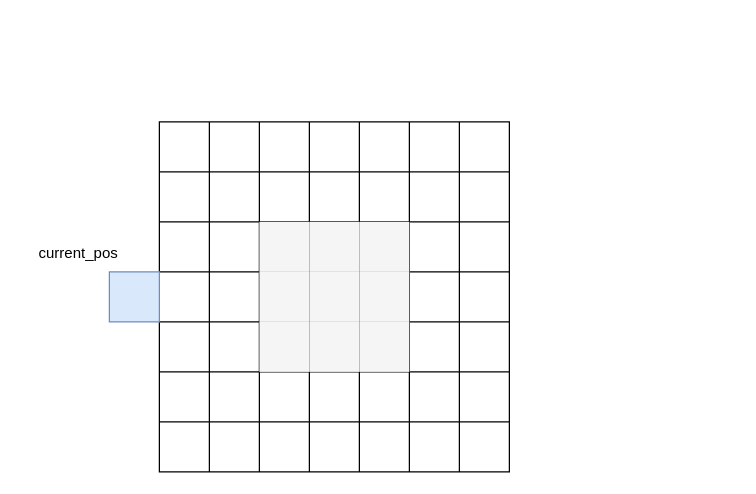
Earlier version of the draw.io diagram draw/AI-HW1-2.drawio (zhiyuan5986/draw_io). Source tidied: cells renumbered, new cells numbered last; positions are measured from the earlier drawing's top-left corner, leaving out a move shared by most shapes. Both pictures are drawn from the tidied source at 125%, with x=0, y=0 at pixel (21, 121).
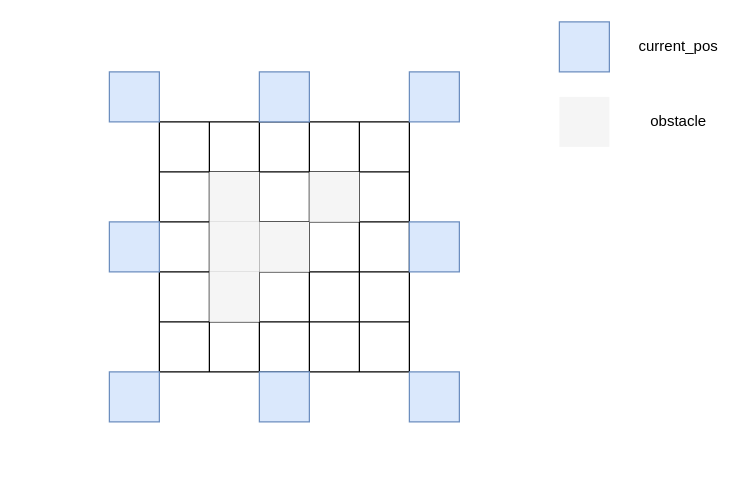
The same diagram, later.

The edit, as a diff of the source:
```diff
@@
     <mxCell id="2" style="shape=table;html=1;whiteSpace=wrap;startSize=0;childLayout=tableLayout;" parent="1" vertex="1">
-      <mxGeometry x="110" width="280" height="280" as="geometry" />
+      <mxGeometry x="110" width="200" height="200" as="geometry" />
     </mxCell>
-    <mxCell id="3" style="shape=tableRow;horizontal=0;startSize=0;swimlaneHead=0;swimlaneBody=0;top=0;left=0;bottom=0;right=0;fillColor=none;" parent="2" vertex="1">
-      <mxGeometry width="280" height="40" as="geometry" />
-    </mxCell>
-    <mxCell id="4" style="shape=partialRectangle;html=1;whiteSpace=wrap;fillColor=none;top=0;left=0;bottom=0;right=0;overflow=hidden;" parent="3" vertex="1">
-      <mxGeometry width="40" height="40" as="geometry" />
-    </mxCell>
-    <mxCell id="5" style="shape=partialRectangle;html=1;whiteSpace=wrap;fillColor=none;top=0;left=0;bottom=0;right=0;overflow=hidden;" parent="3" vertex="1">
-      <mxGeometry x="40" width="40" height="40" as="geometry" />
-    </mxCell>
-    <mxCell id="6" style="shape=partialRectangle;html=1;whiteSpace=wrap;fillColor=none;top=0;left=0;bottom=0;right=0;overflow=hidden;" parent="3" vertex="1">
-      <mxGeometry x="80" width="40" height="40" as="geometry" />
-    </mxCell>
-    <mxCell id="7" style="shape=partialRectangle;html=1;whiteSpace=wrap;fillColor=none;top=0;left=0;bottom=0;right=0;overflow=hidden;" parent="3" vertex="1">
-      <mxGeometry x="120" width="40" height="40" as="geometry" />
-    </mxCell>
-    <mxCell id="8" style="shape=partialRectangle;html=1;whiteSpace=wrap;fillColor=none;top=0;left=0;bottom=0;right=0;overflow=hidden;" parent="3" vertex="1">
-      <mxGeometry x="160" width="40" height="40" as="geometry" />
-    </mxCell>
-    <mxCell id="9" style="shape=partialRectangle;html=1;whiteSpace=wrap;fillColor=none;top=0;left=0;bottom=0;right=0;overflow=hidden;" parent="3" vertex="1">
-      <mxGeometry x="200" width="40" height="40" as="geometry" />
-    </mxCell>
-    <mxCell id="10" style="shape=partialRectangle;html=1;whiteSpace=wrap;fillColor=none;top=0;left=0;bottom=0;right=0;overflow=hidden;" parent="3" vertex="1">
-      <mxGeometry x="240" width="40" height="40" as="geometry" />
-    </mxCell>
     <mxCell id="11" style="shape=tableRow;horizontal=0;startSize=0;swimlaneHead=0;swimlaneBody=0;top=0;left=0;bottom=0;right=0;fillColor=none;" parent="2" vertex="1">
-      <mxGeometry y="40" width="280" height="40" as="geometry" />
+      <mxGeometry width="200" height="40" as="geometry" />
     </mxCell>
-    <mxCell id="12" style="shape=partialRectangle;html=1;whiteSpace=wrap;fillColor=none;top=0;left=0;bottom=0;right=0;overflow=hidden;" parent="11" vertex="1">
-      <mxGeometry width="40" height="40" as="geometry" />
-    </mxCell>
     <mxCell id="13" style="shape=partialRectangle;html=1;whiteSpace=wrap;fillColor=none;top=0;left=0;bottom=0;right=0;overflow=hidden;" parent="11" vertex="1">
-      <mxGeometry x="40" width="40" height="40" as="geometry" />
+      <mxGeometry width="40" height="40" as="geometry" />
     </mxCell>
     <mxCell id="14" style="shape=partialRectangle;html=1;whiteSpace=wrap;fillColor=none;top=0;left=0;bottom=0;right=0;overflow=hidden;" parent="11" vertex="1">
-      <mxGeometry x="80" width="40" height="40" as="geometry" />
+      <mxGeometry x="40" width="40" height="40" as="geometry" />
     </mxCell>
     <mxCell id="15" style="shape=partialRectangle;html=1;whiteSpace=wrap;fillColor=none;top=0;left=0;bottom=0;right=0;overflow=hidden;" parent="11" vertex="1">
-      <mxGeometry x="120" width="40" height="40" as="geometry" />
+      <mxGeometry x="80" width="40" height="40" as="geometry" />
     </mxCell>
     <mxCell id="16" style="shape=partialRectangle;html=1;whiteSpace=wrap;fillColor=none;top=0;left=0;bottom=0;right=0;overflow=hidden;" parent="11" vertex="1">
-      <mxGeometry x="160" width="40" height="40" as="geometry" />
+      <mxGeometry x="120" width="40" height="40" as="geometry" />
     </mxCell>
     <mxCell id="17" style="shape=partialRectangle;html=1;whiteSpace=wrap;fillColor=none;top=0;left=0;bottom=0;right=0;overflow=hidden;" parent="11" vertex="1">
-      <mxGeometry x="200" width="40" height="40" as="geometry" />
+      <mxGeometry x="160" width="40" height="40" as="geometry" />
     </mxCell>
-    <mxCell id="18" style="shape=partialRectangle;html=1;whiteSpace=wrap;fillColor=none;top=0;left=0;bottom=0;right=0;overflow=hidden;" parent="11" vertex="1">
-      <mxGeometry x="240" width="40" height="40" as="geometry" />
-    </mxCell>
     <mxCell id="19" style="shape=tableRow;horizontal=0;startSize=0;swimlaneHead=0;swimlaneBody=0;top=0;left=0;bottom=0;right=0;fillColor=none;" parent="2" vertex="1">
-      <mxGeometry y="80" width="280" height="40" as="geometry" />
+      <mxGeometry y="40" width="200" height="40" as="geometry" />
     </mxCell>
-    <mxCell id="20" style="shape=partialRectangle;html=1;whiteSpace=wrap;fillColor=none;top=0;left=0;bottom=0;right=0;overflow=hidden;" parent="19" vertex="1">
-      <mxGeometry width="40" height="40" as="geometry" />
-    </mxCell>
     <mxCell id="21" style="shape=partialRectangle;html=1;whiteSpace=wrap;fillColor=none;top=0;left=0;bottom=0;right=0;overflow=hidden;" parent="19" vertex="1">
-      <mxGeometry x="40" width="40" height="40" as="geometry" />
+      <mxGeometry width="40" height="40" as="geometry" />
     </mxCell>
     <mxCell id="22" style="shape=partialRectangle;html=1;whiteSpace=wrap;fillColor=#f5f5f5;top=0;left=0;bottom=0;right=0;overflow=hidden;fontColor=#333333;strokeColor=#666666;" parent="19" vertex="1">
-      <mxGeometry x="80" width="40" height="40" as="geometry" />
+      <mxGeometry x="40" width="40" height="40" as="geometry" />
     </mxCell>
-    <mxCell id="23" style="shape=partialRectangle;html=1;whiteSpace=wrap;fillColor=#f5f5f5;top=0;left=0;bottom=0;right=0;overflow=hidden;fontColor=#333333;strokeColor=#666666;" parent="19" vertex="1">
-      <mxGeometry x="120" width="40" height="40" as="geometry" />
+    <mxCell id="23" style="shape=partialRectangle;html=1;whiteSpace=wrap;fillColor=none;top=0;left=0;bottom=0;right=0;overflow=hidden;" parent="19" vertex="1">
+      <mxGeometry x="80" width="40" height="40" as="geometry" />
     </mxCell>
     <mxCell id="24" style="shape=partialRectangle;html=1;whiteSpace=wrap;fillColor=#f5f5f5;top=0;left=0;bottom=0;right=0;overflow=hidden;fontColor=#333333;strokeColor=#666666;" parent="19" vertex="1">
-      <mxGeometry x="160" width="40" height="40" as="geometry" />
+      <mxGeometry x="120" width="40" height="40" as="geometry" />
     </mxCell>
     <mxCell id="25" style="shape=partialRectangle;html=1;whiteSpace=wrap;fillColor=none;top=0;left=0;bottom=0;right=0;overflow=hidden;" parent="19" vertex="1">
-      <mxGeometry x="200" width="40" height="40" as="geometry" />
+      <mxGeometry x="160" width="40" height="40" as="geometry" />
     </mxCell>
-    <mxCell id="26" style="shape=partialRectangle;html=1;whiteSpace=wrap;fillColor=none;top=0;left=0;bottom=0;right=0;overflow=hidden;" parent="19" vertex="1">
-      <mxGeometry x="240" width="40" height="40" as="geometry" />
-    </mxCell>
     <mxCell id="27" style="shape=tableRow;horizontal=0;startSize=0;swimlaneHead=0;swimlaneBody=0;top=0;left=0;bottom=0;right=0;fillColor=none;" parent="2" vertex="1">
-      <mxGeometry y="120" width="280" height="40" as="geometry" />
+      <mxGeometry y="80" width="200" height="40" as="geometry" />
     </mxCell>
-    <mxCell id="28" style="shape=partialRectangle;html=1;whiteSpace=wrap;fillColor=none;top=0;left=0;bottom=0;right=0;overflow=hidden;" parent="27" vertex="1">
-      <mxGeometry width="40" height="40" as="geometry" />
-    </mxCell>
     <mxCell id="29" style="shape=partialRectangle;html=1;whiteSpace=wrap;fillColor=none;top=0;left=0;bottom=0;right=0;overflow=hidden;" parent="27" vertex="1">
-      <mxGeometry x="40" width="40" height="40" as="geometry" />
+      <mxGeometry width="40" height="40" as="geometry" />
     </mxCell>
     <mxCell id="30" style="shape=partialRectangle;html=1;whiteSpace=wrap;fillColor=#f5f5f5;top=0;left=0;bottom=0;right=0;overflow=hidden;fontColor=#333333;strokeColor=#666666;" parent="27" vertex="1">
-      <mxGeometry x="80" width="40" height="40" as="geometry" />
+      <mxGeometry x="40" width="40" height="40" as="geometry" />
     </mxCell>
     <mxCell id="31" style="shape=partialRectangle;html=1;whiteSpace=wrap;fillColor=#f5f5f5;top=0;left=0;bottom=0;right=0;overflow=hidden;fontColor=#333333;strokeColor=#666666;" parent="27" vertex="1">
-      <mxGeometry x="120" width="40" height="40" as="geometry" />
+      <mxGeometry x="80" width="40" height="40" as="geometry" />
     </mxCell>
-    <mxCell id="32" style="shape=partialRectangle;html=1;whiteSpace=wrap;fillColor=#f5f5f5;top=0;left=0;bottom=0;right=0;overflow=hidden;fontColor=#333333;strokeColor=#666666;" parent="27" vertex="1">
-      <mxGeometry x="160" width="40" height="40" as="geometry" />
+    <mxCell id="32" style="shape=partialRectangle;html=1;whiteSpace=wrap;fillColor=none;top=0;left=0;bottom=0;right=0;overflow=hidden;" parent="27" vertex="1">
+      <mxGeometry x="120" width="40" height="40" as="geometry" />
     </mxCell>
     <mxCell id="33" style="shape=partialRectangle;html=1;whiteSpace=wrap;fillColor=none;top=0;left=0;bottom=0;right=0;overflow=hidden;" parent="27" vertex="1">
-      <mxGeometry x="200" width="40" height="40" as="geometry" />
+      <mxGeometry x="160" width="40" height="40" as="geometry" />
     </mxCell>
-    <mxCell id="34" style="shape=partialRectangle;html=1;whiteSpace=wrap;fillColor=none;top=0;left=0;bottom=0;right=0;overflow=hidden;" parent="27" vertex="1">
-      <mxGeometry x="240" width="40" height="40" as="geometry" />
-    </mxCell>
     <mxCell id="35" style="shape=tableRow;horizontal=0;startSize=0;swimlaneHead=0;swimlaneBody=0;top=0;left=0;bottom=0;right=0;fillColor=none;" parent="2" vertex="1">
-      <mxGeometry y="160" width="280" height="40" as="geometry" />
+      <mxGeometry y="120" width="200" height="40" as="geometry" />
     </mxCell>
-    <mxCell id="36" style="shape=partialRectangle;html=1;whiteSpace=wrap;fillColor=none;top=0;left=0;bottom=0;right=0;overflow=hidden;" parent="35" vertex="1">
-      <mxGeometry width="40" height="40" as="geometry" />
-    </mxCell>
     <mxCell id="37" style="shape=partialRectangle;html=1;whiteSpace=wrap;fillColor=none;top=0;left=0;bottom=0;right=0;overflow=hidden;" parent="35" vertex="1">
-      <mxGeometry x="40" width="40" height="40" as="geometry" />
+      <mxGeometry width="40" height="40" as="geometry" />
     </mxCell>
     <mxCell id="38" style="shape=partialRectangle;html=1;whiteSpace=wrap;fillColor=#f5f5f5;top=0;left=0;bottom=0;right=0;overflow=hidden;fontColor=#333333;strokeColor=#666666;" parent="35" vertex="1">
-      <mxGeometry x="80" width="40" height="40" as="geometry" />
+      <mxGeometry x="40" width="40" height="40" as="geometry" />
     </mxCell>
-    <mxCell id="39" style="shape=partialRectangle;html=1;whiteSpace=wrap;fillColor=#f5f5f5;top=0;left=0;bottom=0;right=0;overflow=hidden;fontColor=#333333;strokeColor=#666666;" parent="35" vertex="1">
-      <mxGeometry x="120" width="40" height="40" as="geometry" />
+    <mxCell id="39" style="shape=partialRectangle;html=1;whiteSpace=wrap;fillColor=none;top=0;left=0;bottom=0;right=0;overflow=hidden;" parent="35" vertex="1">
+      <mxGeometry x="80" width="40" height="40" as="geometry" />
     </mxCell>
-    <mxCell id="40" style="shape=partialRectangle;html=1;whiteSpace=wrap;fillColor=#f5f5f5;top=0;left=0;bottom=0;right=0;overflow=hidden;fontColor=#333333;strokeColor=#666666;" parent="35" vertex="1">
-      <mxGeometry x="160" width="40" height="40" as="geometry" />
+    <mxCell id="40" style="shape=partialRectangle;html=1;whiteSpace=wrap;fillColor=none;top=0;left=0;bottom=0;right=0;overflow=hidden;" parent="35" vertex="1">
+      <mxGeometry x="120" width="40" height="40" as="geometry" />
     </mxCell>
     <mxCell id="41" style="shape=partialRectangle;html=1;whiteSpace=wrap;fillColor=none;top=0;left=0;bottom=0;right=0;overflow=hidden;" parent="35" vertex="1">
-      <mxGeometry x="200" width="40" height="40" as="geometry" />
+      <mxGeometry x="160" width="40" height="40" as="geometry" />
     </mxCell>
-    <mxCell id="42" style="shape=partialRectangle;html=1;whiteSpace=wrap;fillColor=none;top=0;left=0;bottom=0;right=0;overflow=hidden;" parent="35" vertex="1">
-      <mxGeometry x="240" width="40" height="40" as="geometry" />
-    </mxCell>
     <mxCell id="43" style="shape=tableRow;horizontal=0;startSize=0;swimlaneHead=0;swimlaneBody=0;top=0;left=0;bottom=0;right=0;fillColor=none;" parent="2" vertex="1">
-      <mxGeometry y="200" width="280" height="40" as="geometry" />
+      <mxGeometry y="160" width="200" height="40" as="geometry" />
     </mxCell>
-    <mxCell id="44" style="shape=partialRectangle;html=1;whiteSpace=wrap;fillColor=none;top=0;left=0;bottom=0;right=0;overflow=hidden;" parent="43" vertex="1">
-      <mxGeometry width="40" height="40" as="geometry" />
-    </mxCell>
     <mxCell id="45" style="shape=partialRectangle;html=1;whiteSpace=wrap;fillColor=none;top=0;left=0;bottom=0;right=0;overflow=hidden;" parent="43" vertex="1">
-      <mxGeometry x="40" width="40" height="40" as="geometry" />
+      <mxGeometry width="40" height="40" as="geometry" />
     </mxCell>
     <mxCell id="46" style="shape=partialRectangle;html=1;whiteSpace=wrap;fillColor=none;top=0;left=0;bottom=0;right=0;overflow=hidden;" parent="43" vertex="1">
-      <mxGeometry x="80" width="40" height="40" as="geometry" />
+      <mxGeometry x="40" width="40" height="40" as="geometry" />
     </mxCell>
     <mxCell id="47" style="shape=partialRectangle;html=1;whiteSpace=wrap;fillColor=none;top=0;left=0;bottom=0;right=0;overflow=hidden;" parent="43" vertex="1">
-      <mxGeometry x="120" width="40" height="40" as="geometry" />
+      <mxGeometry x="80" width="40" height="40" as="geometry" />
     </mxCell>
     <mxCell id="48" style="shape=partialRectangle;html=1;whiteSpace=wrap;fillColor=none;top=0;left=0;bottom=0;right=0;overflow=hidden;" parent="43" vertex="1">
-      <mxGeometry x="160" width="40" height="40" as="geometry" />
+      <mxGeometry x="120" width="40" height="40" as="geometry" />
     </mxCell>
     <mxCell id="49" style="shape=partialRectangle;html=1;whiteSpace=wrap;fillColor=none;top=0;left=0;bottom=0;right=0;overflow=hidden;" parent="43" vertex="1">
-      <mxGeometry x="200" width="40" height="40" as="geometry" />
+      <mxGeometry x="160" width="40" height="40" as="geometry" />
     </mxCell>
-    <mxCell id="50" style="shape=partialRectangle;html=1;whiteSpace=wrap;fillColor=none;top=0;left=0;bottom=0;right=0;overflow=hidden;" parent="43" vertex="1">
-      <mxGeometry x="240" width="40" height="40" as="geometry" />
-    </mxCell>
-    <mxCell id="51" style="shape=tableRow;horizontal=0;startSize=0;swimlaneHead=0;swimlaneBody=0;top=0;left=0;bottom=0;right=0;fillColor=none;" parent="2" vertex="1">
-      <mxGeometry y="240" width="280" height="40" as="geometry" />
-    </mxCell>
-    <mxCell id="52" style="shape=partialRectangle;html=1;whiteSpace=wrap;fillColor=none;top=0;left=0;bottom=0;right=0;overflow=hidden;" parent="51" vertex="1">
-      <mxGeometry width="40" height="40" as="geometry" />
-    </mxCell>
-    <mxCell id="53" style="shape=partialRectangle;html=1;whiteSpace=wrap;fillColor=none;top=0;left=0;bottom=0;right=0;overflow=hidden;" parent="51" vertex="1">
-      <mxGeometry x="40" width="40" height="40" as="geometry" />
-    </mxCell>
-    <mxCell id="54" style="shape=partialRectangle;html=1;whiteSpace=wrap;fillColor=none;top=0;left=0;bottom=0;right=0;overflow=hidden;" parent="51" vertex="1">
-      <mxGeometry x="80" width="40" height="40" as="geometry" />
-    </mxCell>
-    <mxCell id="55" style="shape=partialRectangle;html=1;whiteSpace=wrap;fillColor=none;top=0;left=0;bottom=0;right=0;overflow=hidden;" parent="51" vertex="1">
-      <mxGeometry x="120" width="40" height="40" as="geometry" />
-    </mxCell>
-    <mxCell id="56" style="shape=partialRectangle;html=1;whiteSpace=wrap;fillColor=none;top=0;left=0;bottom=0;right=0;overflow=hidden;" parent="51" vertex="1">
-      <mxGeometry x="160" width="40" height="40" as="geometry" />
-    </mxCell>
-    <mxCell id="57" style="shape=partialRectangle;html=1;whiteSpace=wrap;fillColor=none;top=0;left=0;bottom=0;right=0;overflow=hidden;" parent="51" vertex="1">
-      <mxGeometry x="200" width="40" height="40" as="geometry" />
-    </mxCell>
-    <mxCell id="58" style="shape=partialRectangle;html=1;whiteSpace=wrap;fillColor=none;top=0;left=0;bottom=0;right=0;overflow=hidden;" parent="51" vertex="1">
-      <mxGeometry x="240" width="40" height="40" as="geometry" />
-    </mxCell>
-    <mxCell id="59" style="rounded=0;whiteSpace=wrap;html=1;fillColor=#dae8fc;strokeColor=#6c8ebf;" parent="1" vertex="1">
-      <mxGeometry x="70" y="120" width="40" height="40" as="geometry" />
-    </mxCell>
+    <mxCell id="61" style="rounded=0;whiteSpace=wrap;html=1;fillColor=#dae8fc;strokeColor=#6c8ebf;" parent="1" vertex="1">
+      <mxGeometry x="70" y="80" width="40" height="40" as="geometry" />
+    </mxCell>
+    <mxCell id="62" style="rounded=0;whiteSpace=wrap;html=1;fillColor=#dae8fc;strokeColor=#6c8ebf;" parent="1" vertex="1">
+      <mxGeometry x="70" y="200" width="40" height="40" as="geometry" />
+    </mxCell>
+    <mxCell id="63" style="rounded=0;whiteSpace=wrap;html=1;fillColor=#dae8fc;strokeColor=#6c8ebf;" parent="1" vertex="1">
+      <mxGeometry x="190" y="200" width="40" height="40" as="geometry" />
+    </mxCell>
+    <mxCell id="64" style="rounded=0;whiteSpace=wrap;html=1;fillColor=#dae8fc;strokeColor=#6c8ebf;" parent="1" vertex="1">
+      <mxGeometry x="310" y="200" width="40" height="40" as="geometry" />
+    </mxCell>
+    <mxCell id="65" style="rounded=0;whiteSpace=wrap;html=1;fillColor=#dae8fc;strokeColor=#6c8ebf;" parent="1" vertex="1">
+      <mxGeometry x="310" y="80" width="40" height="40" as="geometry" />
+    </mxCell>
+    <mxCell id="66" style="rounded=0;whiteSpace=wrap;html=1;fillColor=#dae8fc;strokeColor=#6c8ebf;" parent="1" vertex="1">
+      <mxGeometry x="310" y="-40" width="40" height="40" as="geometry" />
+    </mxCell>
+    <mxCell id="67" style="rounded=0;whiteSpace=wrap;html=1;fillColor=#dae8fc;strokeColor=#6c8ebf;" parent="1" vertex="1">
+      <mxGeometry x="190" y="-40" width="40" height="40" as="geometry" />
+    </mxCell>
+    <mxCell id="68" style="rounded=0;whiteSpace=wrap;html=1;fillColor=#dae8fc;strokeColor=#6c8ebf;" parent="1" vertex="1">
+      <mxGeometry x="70" y="-40" width="40" height="40" as="geometry" />
+    </mxCell>
+    <mxCell id="69" style="rounded=0;whiteSpace=wrap;html=1;fillColor=#dae8fc;strokeColor=#6c8ebf;" parent="1" vertex="1">
+      <mxGeometry x="430" y="-80" width="40" height="40" as="geometry" />
+    </mxCell>
     <mxCell id="60" value="current_pos" style="text;html=1;align=center;verticalAlign=middle;strokeColor=none;fillColor=none;" parent="1" vertex="1">
-      <mxGeometry y="90" width="90" height="30" as="geometry" />
+      <mxGeometry x="480" y="-75" width="90" height="30" as="geometry" />
     </mxCell>
+    <mxCell id="70" style="shape=partialRectangle;html=1;whiteSpace=wrap;fillColor=#f5f5f5;top=0;left=0;bottom=0;right=0;overflow=hidden;fontColor=#333333;strokeColor=#666666;" parent="1" vertex="1">
+      <mxGeometry x="430" y="-20" width="40" height="40" as="geometry" />
+    </mxCell>
+    <mxCell id="71" value="obstacle" style="text;html=1;align=center;verticalAlign=middle;strokeColor=none;fillColor=none;" parent="1" vertex="1">
+      <mxGeometry x="490" y="-15" width="70" height="30" as="geometry" />
+    </mxCell>
```
